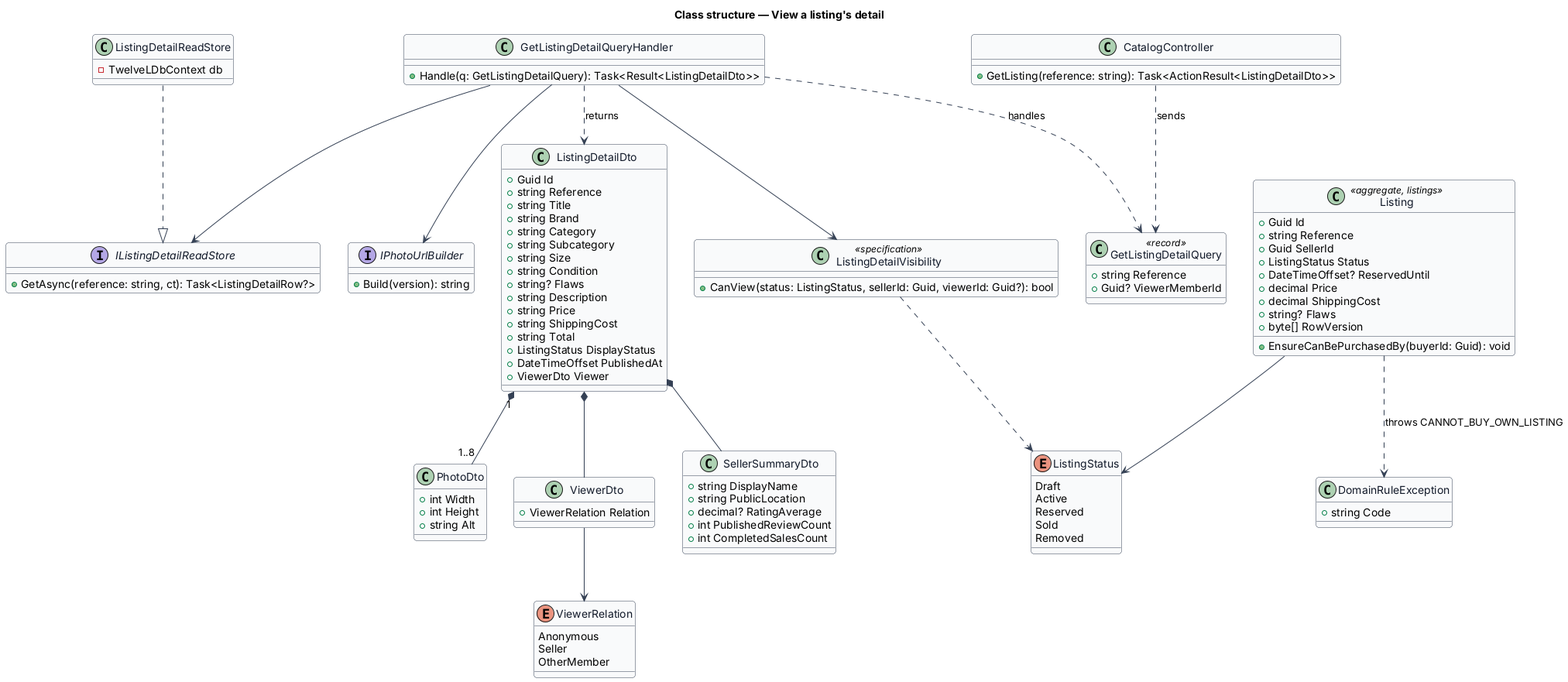
Above: docs/detailed-designs/catalog/view-listing-detail/diagrams/class-structure.png in QuinntyneBrown/12l (PlantUML), before the change.
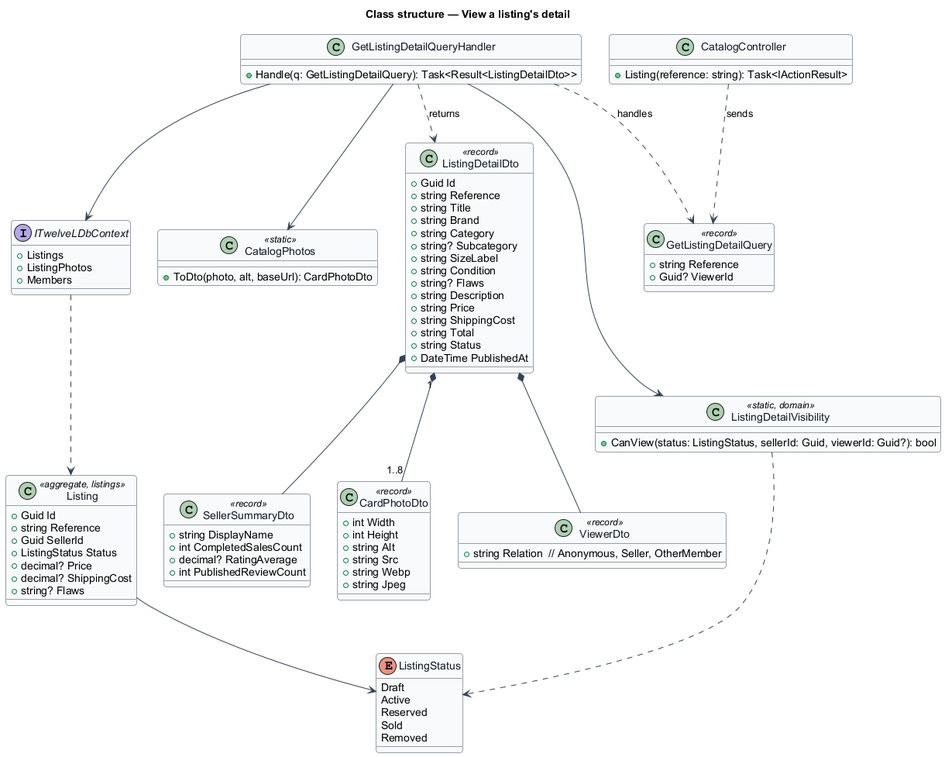
Later version of the same file.

Change to the diagram source:
```diff
@@ -10,12 +10,6 @@
   BackgroundColor #F9FAFB
 }
 title Class structure — View a listing's detail
-
-enum ViewerRelation {
-  Anonymous
-  Seller
-  OtherMember
-}
 
 enum ListingStatus {
   Draft
@@ -30,96 +24,86 @@
   +string Reference
   +Guid SellerId
   +ListingStatus Status
-  +DateTimeOffset? ReservedUntil
-  +decimal Price
-  +decimal ShippingCost
+  +decimal? Price
+  +decimal? ShippingCost
   +string? Flaws
-  +byte[] RowVersion
-  +EnsureCanBePurchasedBy(buyerId: Guid): void
 }
 
-class ListingDetailVisibility <<specification>> {
+class ListingDetailVisibility <<static, domain>> {
   +CanView(status: ListingStatus, sellerId: Guid, viewerId: Guid?): bool
 }
 
 class GetListingDetailQuery <<record>> {
   +string Reference
-  +Guid? ViewerMemberId
+  +Guid? ViewerId
 }
 
 class GetListingDetailQueryHandler {
   +Handle(q: GetListingDetailQuery): Task<Result<ListingDetailDto>>
 }
 
-interface IListingDetailReadStore {
-  +GetAsync(reference: string, ct): Task<ListingDetailRow?>
+interface ITwelveLDbContext {
+  +Listings
+  +ListingPhotos
+  +Members
 }
 
-class ListingDetailReadStore {
-  -TwelveLDbContext db
+class CatalogPhotos <<static>> {
+  +ToDto(photo, alt, baseUrl): CardPhotoDto
 }
 
-interface IPhotoUrlBuilder {
-  +Build(version): string
-}
-
-class ListingDetailDto {
+class ListingDetailDto <<record>> {
   +Guid Id
   +string Reference
   +string Title
   +string Brand
   +string Category
-  +string Subcategory
-  +string Size
+  +string? Subcategory
+  +string SizeLabel
   +string Condition
   +string? Flaws
   +string Description
   +string Price
   +string ShippingCost
   +string Total
-  +ListingStatus DisplayStatus
-  +DateTimeOffset PublishedAt
-  +ViewerDto Viewer
+  +string Status
+  +DateTime PublishedAt
 }
 
-class ViewerDto {
-  +ViewerRelation Relation
+class ViewerDto <<record>> {
+  +string Relation  // Anonymous, Seller, OtherMember
 }
 
-class SellerSummaryDto {
+class SellerSummaryDto <<record>> {
   +string DisplayName
-  +string PublicLocation
+  +int CompletedSalesCount
   +decimal? RatingAverage
   +int PublishedReviewCount
-  +int CompletedSalesCount
 }
 
-class PhotoDto {
+class CardPhotoDto <<record>> {
   +int Width
   +int Height
   +string Alt
-}
-
-class DomainRuleException {
-  +string Code
+  +string Src
+  +string Webp
+  +string Jpeg
 }
 
 class CatalogController {
-  +GetListing(reference: string): Task<ActionResult<ListingDetailDto>>
+  +Listing(reference: string): Task<IActionResult>
 }
 
 CatalogController ..> GetListingDetailQuery : sends
 GetListingDetailQueryHandler ..> GetListingDetailQuery : handles
-GetListingDetailQueryHandler --> IListingDetailReadStore
+GetListingDetailQueryHandler --> ITwelveLDbContext
 GetListingDetailQueryHandler --> ListingDetailVisibility
-GetListingDetailQueryHandler --> IPhotoUrlBuilder
-ListingDetailReadStore ..|> IListingDetailReadStore
+GetListingDetailQueryHandler --> CatalogPhotos
 GetListingDetailQueryHandler ..> ListingDetailDto : returns
-ListingDetailDto "1" *-- "1..8" PhotoDto
+ListingDetailDto "1" *-- "1..8" CardPhotoDto
 ListingDetailDto *-- SellerSummaryDto
 ListingDetailDto *-- ViewerDto
-ViewerDto --> ViewerRelation
+ITwelveLDbContext ..> Listing
 ListingDetailVisibility ..> ListingStatus
 Listing --> ListingStatus
-Listing ..> DomainRuleException : throws CANNOT_BUY_OWN_LISTING
 @enduml
```
